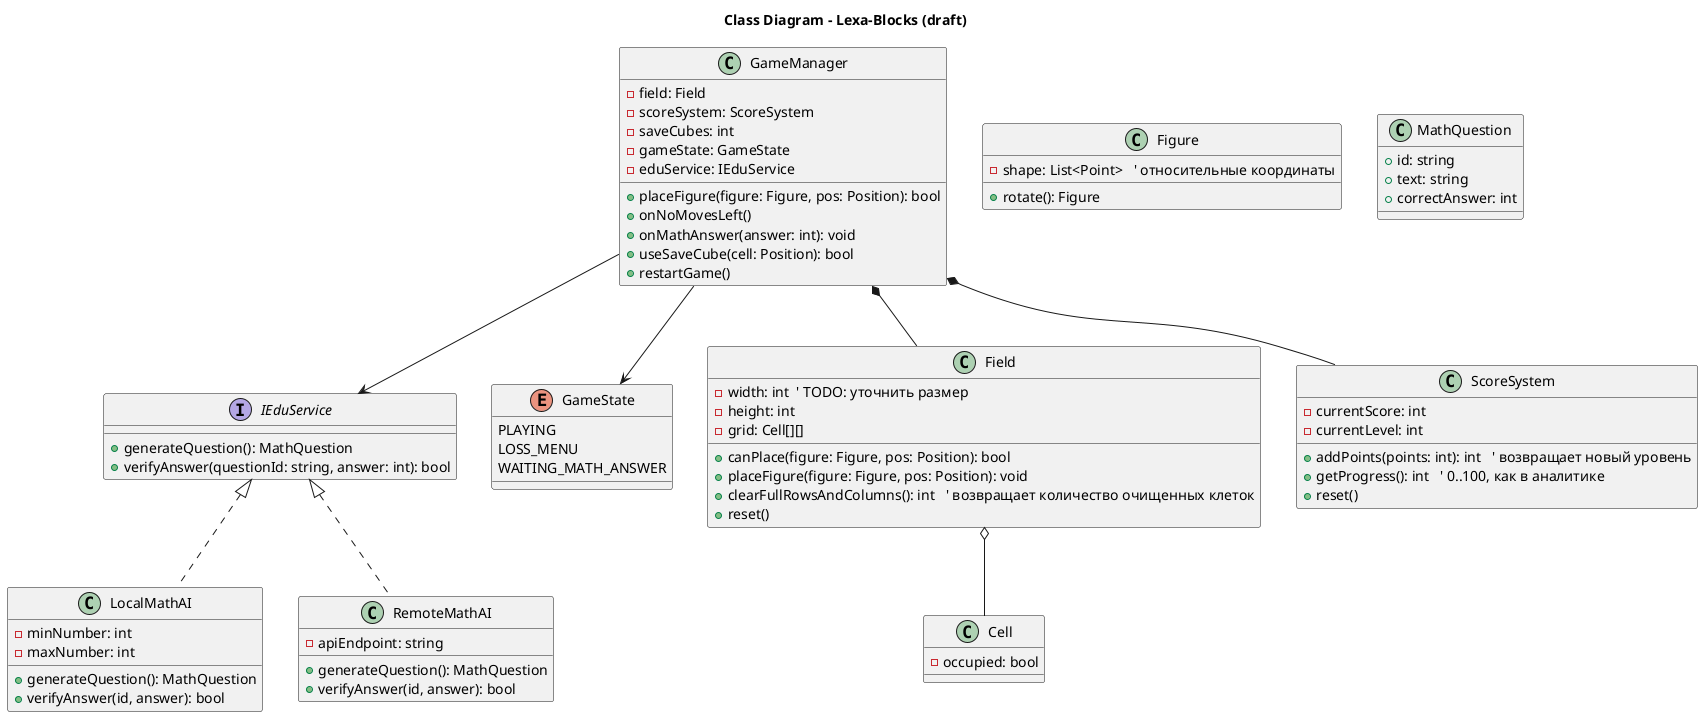
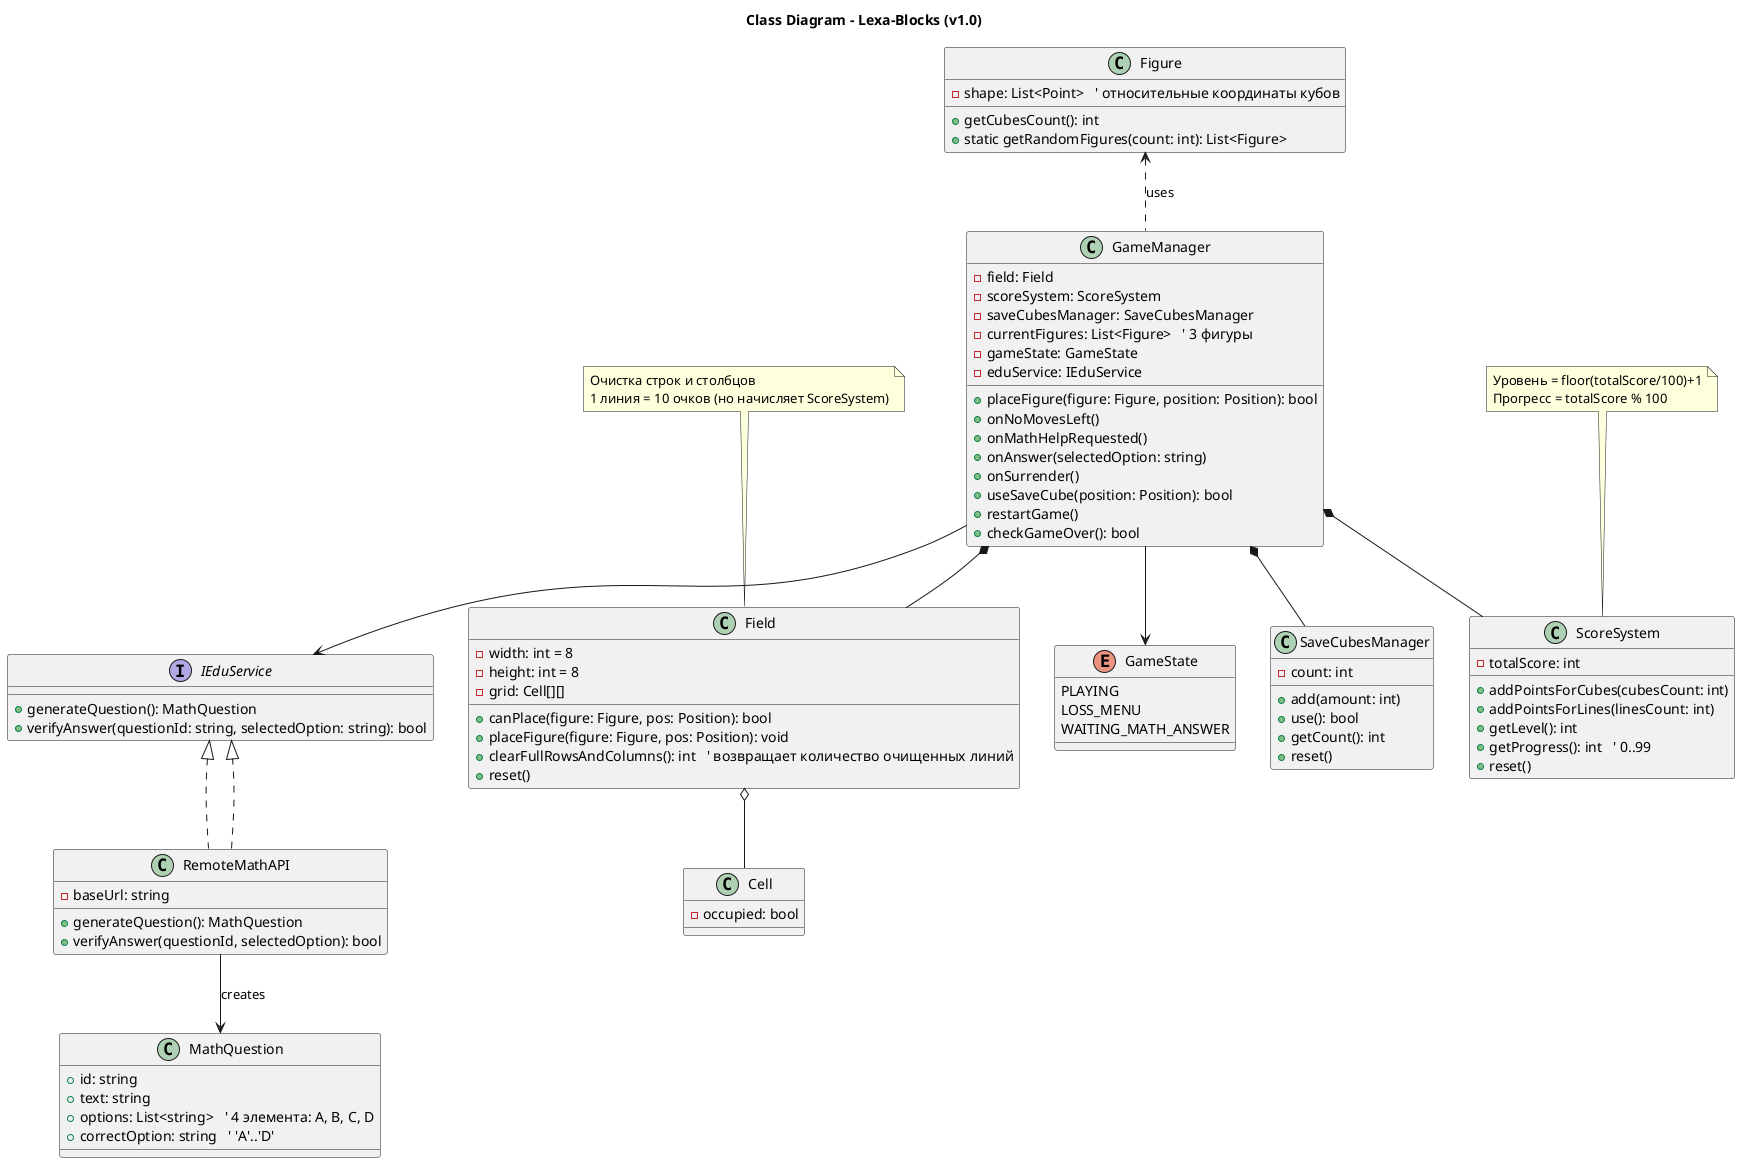
@startuml
- title Class Diagram – Lexa-Blocks (draft)
+ title Class Diagram - Lexa-Blocks (v1.0)

interface IEduService {
    + generateQuestion(): MathQuestion
-     + verifyAnswer(questionId: string, answer: int): bool
+     + verifyAnswer(questionId: string, selectedOption: string): bool
}

class GameManager {
    - field: Field
    - scoreSystem: ScoreSystem
-     - saveCubes: int
+     - saveCubesManager: SaveCubesManager
+     - currentFigures: List<Figure>   ' 3 фигуры
    - gameState: GameState
    - eduService: IEduService
-     + placeFigure(figure: Figure, pos: Position): bool
+     + placeFigure(figure: Figure, position: Position): bool
    + onNoMovesLeft()
-     + onMathAnswer(answer: int): void
-     + useSaveCube(cell: Position): bool
+     + onMathHelpRequested()
+     + onAnswer(selectedOption: string)
+     + onSurrender()
+     + useSaveCube(position: Position): bool
    + restartGame()
+     + checkGameOver(): bool
}

enum GameState {
    PLAYING
    LOSS_MENU
    WAITING_MATH_ANSWER
}

class Field {
-     - width: int  ' TODO: уточнить размер
-     - height: int
+     - width: int = 8
+     - height: int = 8
    - grid: Cell[][]
    + canPlace(figure: Figure, pos: Position): bool
    + placeFigure(figure: Figure, pos: Position): void
-     + clearFullRowsAndColumns(): int   ' возвращает количество очищенных клеток
+     + clearFullRowsAndColumns(): int   ' возвращает количество очищенных линий
    + reset()
}

class Cell {
    - occupied: bool
}

class Figure {
-     - shape: List<Point>   ' относительные координаты
-     + rotate(): Figure
+     - shape: List<Point>   ' относительные координаты кубов
+     + getCubesCount(): int
+     + static getRandomFigures(count: int): List<Figure>
}

class ScoreSystem {
-     - currentScore: int
-     - currentLevel: int
-     + addPoints(points: int): int   ' возвращает новый уровень
-     + getProgress(): int   ' 0..100, как в аналитике
+     - totalScore: int
+     + addPointsForCubes(cubesCount: int)
+     + addPointsForLines(linesCount: int)
+     + getLevel(): int
+     + getProgress(): int   ' 0..99
    + reset()
}

class MathQuestion {
    + id: string
    + text: string
-     + correctAnswer: int
+     + options: List<string>   ' 4 элемента: A, B, C, D
+     + correctOption: string   ' 'A'..'D'
}

- class LocalMathAI implements IEduService {
-     - minNumber: int
-     - maxNumber: int
+ class RemoteMathAPI implements IEduService {
+     - baseUrl: string
    + generateQuestion(): MathQuestion
-     + verifyAnswer(id, answer): bool
+     + verifyAnswer(questionId, selectedOption): bool
}

- class RemoteMathAI implements IEduService {
-     - apiEndpoint: string
-     + generateQuestion(): MathQuestion
-     + verifyAnswer(id, answer): bool
+ class SaveCubesManager {
+     - count: int
+     + add(amount: int)
+     + use(): bool
+     + getCount(): int
+     + reset()
}

GameManager --> IEduService
GameManager *-- Field
GameManager *-- ScoreSystem
+ GameManager *-- SaveCubesManager
+ GameManager --> GameState
Field o-- Cell
- GameManager --> GameState
+ Figure <.. GameManager : uses
+ RemoteMathAPI ..|> IEduService
+ RemoteMathAPI --> MathQuestion : creates
+ 
+ note top of ScoreSystem : Уровень = floor(totalScore/100)+1\nПрогресс = totalScore % 100
+ note top of Field : Очистка строк и столбцов\n1 линия = 10 очков (но начисляет ScoreSystem)
@enduml
